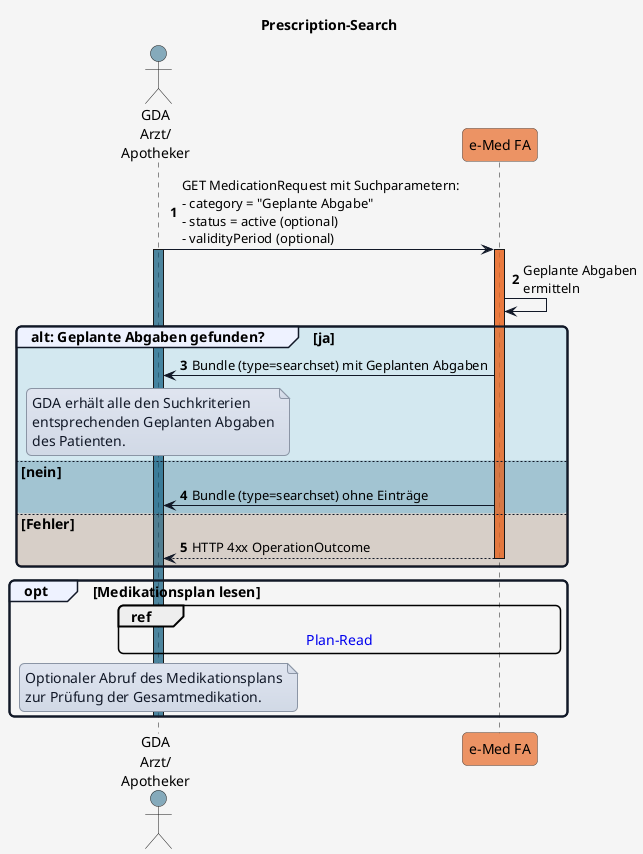
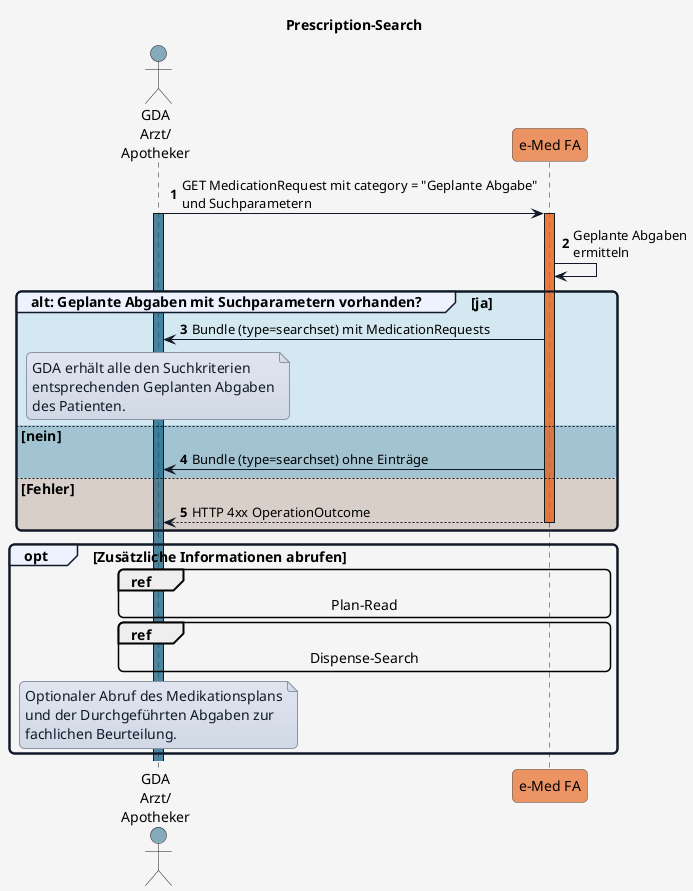
@startuml

title Prescription-Search

'skinparam actorStyle awesome

skinparam borderColor #000000
skinparam backgroundColor #f5f5f5
skinparam shadowing false
skinparam roundCorner 10
skinparam defaultFontName "Arial"
skinparam defaultFontSize 14
skinparam defaultFontColor #000000
skinparam HyperlinkColor #0000EE
skinparam HyperlinkUnderline false
skinparam BoxPadding 20
skinparam BoxBorderColor #555555

skinparam note {
  BackgroundColor #e0e5f0-#d1d9e6
  BorderColor #8b95a5
  BorderThickness 1
  RoundCorner 0
  Padding 6
  FontColor #111827
  Shadowing false
}

skinparam sequence {
  ParticipantBorderColor #555555
  ParticipantFontColor #000000
  ParticipantFontSize 14
  ParticipantPadding 20
  ArrowColor #111827
  ArrowThickness 1
  ArrowFontColor #000000
  ArrowFontSize 13
  GroupBorderColor #111827
  GroupBackgroundColor #eef2ff
  GroupBorderThickness 2
}

!define COLOR_GDA_1    #15608280
!define COLOR_GDA_2    #96607D80
!define COLOR_PATIENT  #196B2480
!define COLOR_APO      #0F9ED590
!define COLOR_EMED_FA  #e97232bd
!define COLOR_E_REZEPT #cd3732a9

!define COLOR_OK       #0F9ED525
!define COLOR_OK_2     #34738d4e
!define COLOR_ERROR    #E9713235

actor GDA_1 as "GDA\nArzt/\nApotheker" COLOR_GDA_1
participant eMed_FA as "e-Med FA" COLOR_EMED_FA
' participant e_Rezept as "e-Rezept" COLOR_E_REZEPT

autonumber

- GDA_1 -> eMed_FA: GET MedicationRequest mit Suchparametern:\n- category = "Geplante Abgabe"\n- status = active (optional)\n- validityPeriod (optional)
+ GDA_1 -> eMed_FA: GET MedicationRequest mit category = "Geplante Abgabe"\nund Suchparametern
activate GDA_1 COLOR_GDA_1
activate eMed_FA COLOR_EMED_FA

eMed_FA -> eMed_FA: Geplante Abgaben\nermitteln

- group COLOR_OK alt: Geplante Abgaben gefunden? [ja]
-   eMed_FA -> GDA_1: Bundle (type=searchset) mit Geplanten Abgaben
+ group COLOR_OK alt: Geplante Abgaben mit Suchparametern vorhanden? [ja]
+   eMed_FA -> GDA_1: Bundle (type=searchset) mit MedicationRequests

  note over GDA_1
  GDA erhält alle den Suchkriterien
  entsprechenden Geplanten Abgaben
  des Patienten.
  end note

else COLOR_OK_2 nein
  eMed_FA -> GDA_1: Bundle (type=searchset) ohne Einträge

else COLOR_ERROR Fehler
  eMed_FA --> GDA_1: HTTP 4xx OperationOutcome
  deactivate eMed_FA

end


- opt Medikationsplan lesen
+ opt Zusätzliche Informationen abrufen

-   ref over GDA_1, eMed_FA : [[interactions.html#sequenzdiagramm-plan-read Plan-Read]]
-   note over GDA_1
-   Optionaler Abruf des Medikationsplans
-   zur Prüfung der Gesamtmedikation.
-   end note
-   deactivate GDA_1
+     ref over GDA_1,eMed_FA
+     Plan-Read
+     end ref
+ 
+     ref over GDA_1,eMed_FA
+     Dispense-Search
+     end ref
+ 
+     note over GDA_1
+     Optionaler Abruf des Medikationsplans
+     und der Durchgeführten Abgaben zur
+     fachlichen Beurteilung.
+     end note
+ 
end

+ 
@enduml